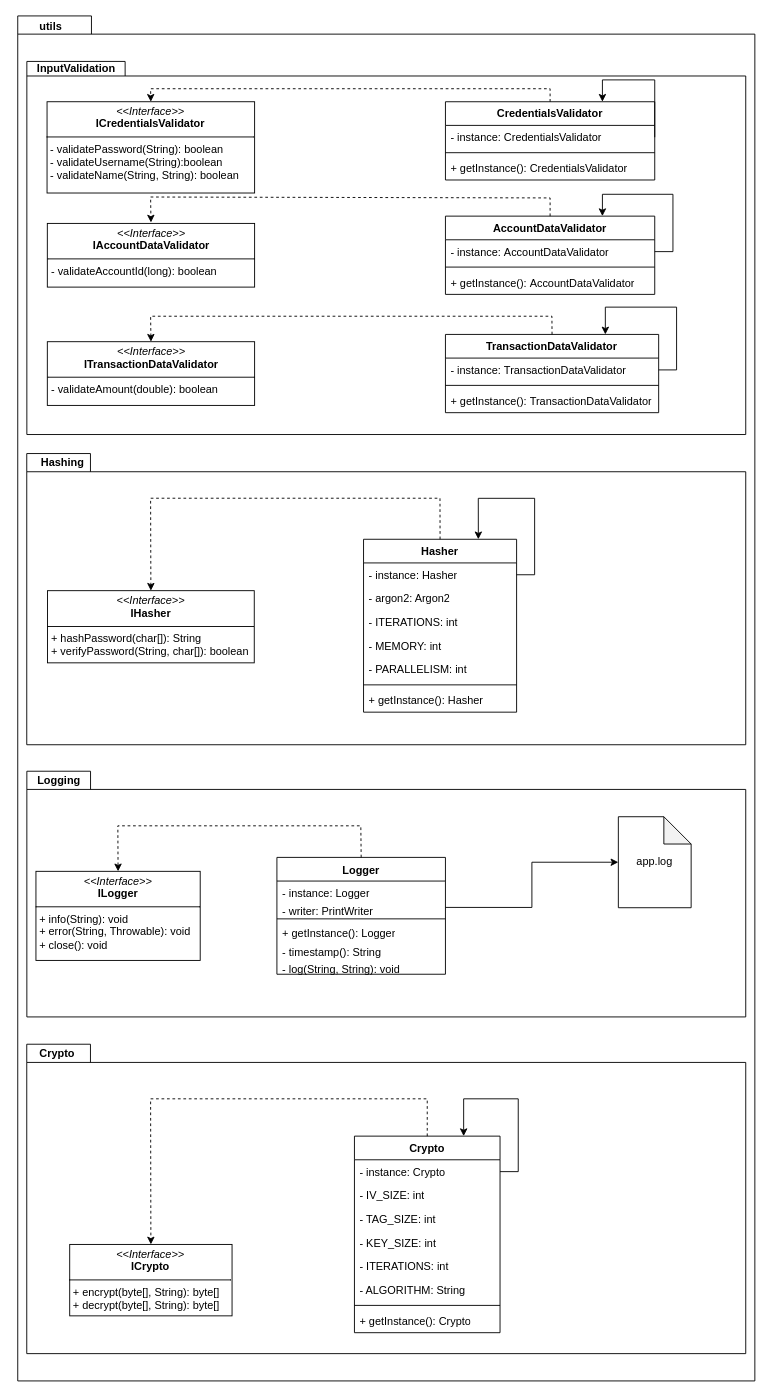
Earlier version of the draw.io diagram page "utils" (7 of 7) of Docs/ClassDiagram.drawio (okashaluai/SecureBankSystem). Source tidied: cells renumbered, new cells numbered last; positions are measured from the earlier drawing's top-left corner, leaving out a move shared by most shapes. Both pictures are drawn from the tidied source at 91%, with x=0, y=0 at pixel (15, 15).
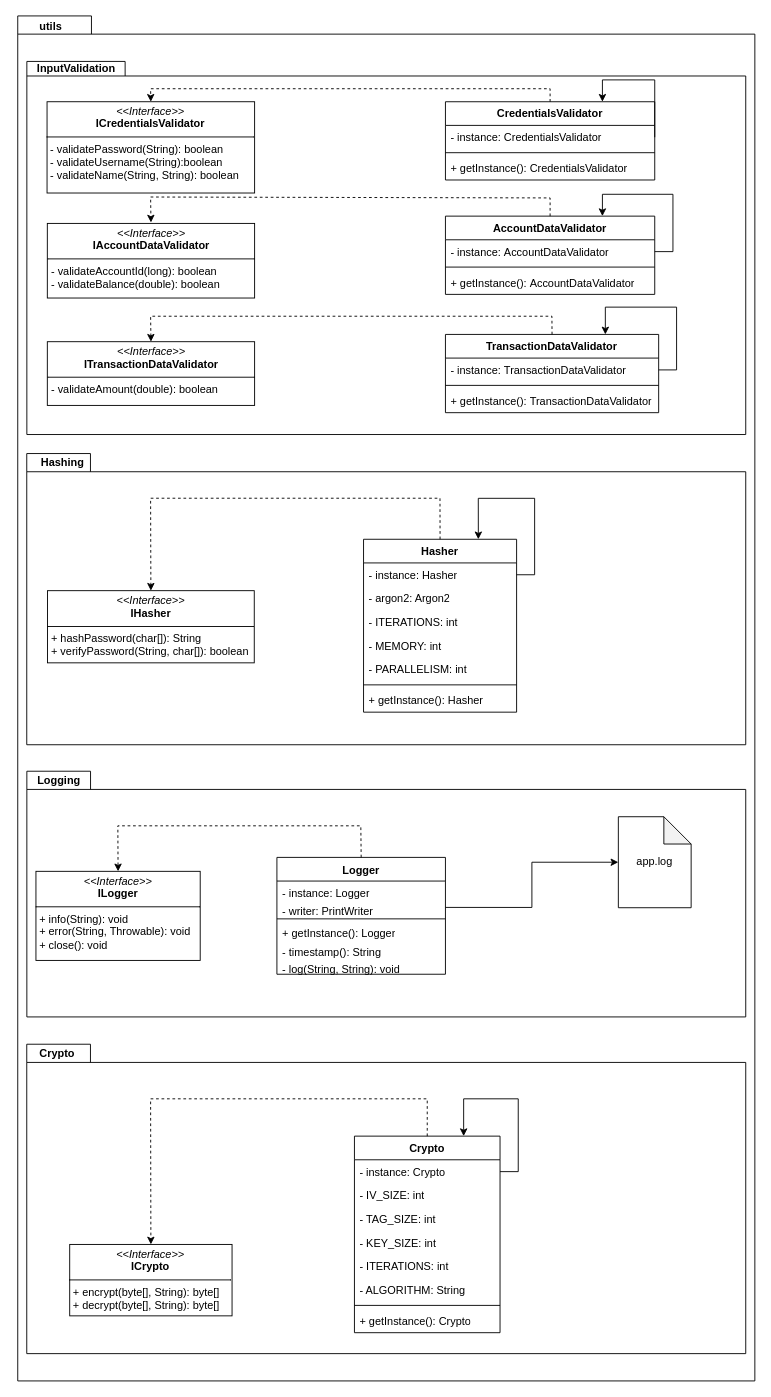
After the change.

Change to the diagram source:
```diff
@@
-    <mxCell id="9" value="&lt;p style=&quot;margin:0px;margin-top:4px;text-align:center;&quot;&gt;&lt;i&gt;&amp;lt;&amp;lt;Interface&amp;gt;&amp;gt;&lt;/i&gt;&lt;br&gt;&lt;b&gt;IAccountDataValidator&lt;/b&gt;&lt;/p&gt;&lt;hr size=&quot;1&quot; style=&quot;border-style:solid;&quot;&gt;&lt;p style=&quot;margin:0px;margin-left:4px;&quot;&gt;- validateAccountId(long): boolean&lt;/p&gt;" style="verticalAlign=top;align=left;overflow=fill;html=1;whiteSpace=wrap;" parent="1" vertex="1">
-      <mxGeometry x="34.5" y="228" width="227.8" height="70" as="geometry" />
+    <mxCell id="9" value="&lt;p style=&quot;margin:0px;margin-top:4px;text-align:center;&quot;&gt;&lt;i&gt;&amp;lt;&amp;lt;Interface&amp;gt;&amp;gt;&lt;/i&gt;&lt;br&gt;&lt;b&gt;IAccountDataValidator&lt;/b&gt;&lt;/p&gt;&lt;hr size=&quot;1&quot; style=&quot;border-style:solid;&quot;&gt;&lt;p style=&quot;margin:0px;margin-left:4px;&quot;&gt;- validateAccountId(long): boolean&lt;/p&gt;&lt;p style=&quot;margin:0px;margin-left:4px;&quot;&gt;-&amp;nbsp;validateBalance(double): boolean&lt;/p&gt;" style="verticalAlign=top;align=left;overflow=fill;html=1;whiteSpace=wrap;" parent="1" vertex="1">
+      <mxGeometry x="34.5" y="228" width="227.8" height="82" as="geometry" />
     </mxCell>
```
